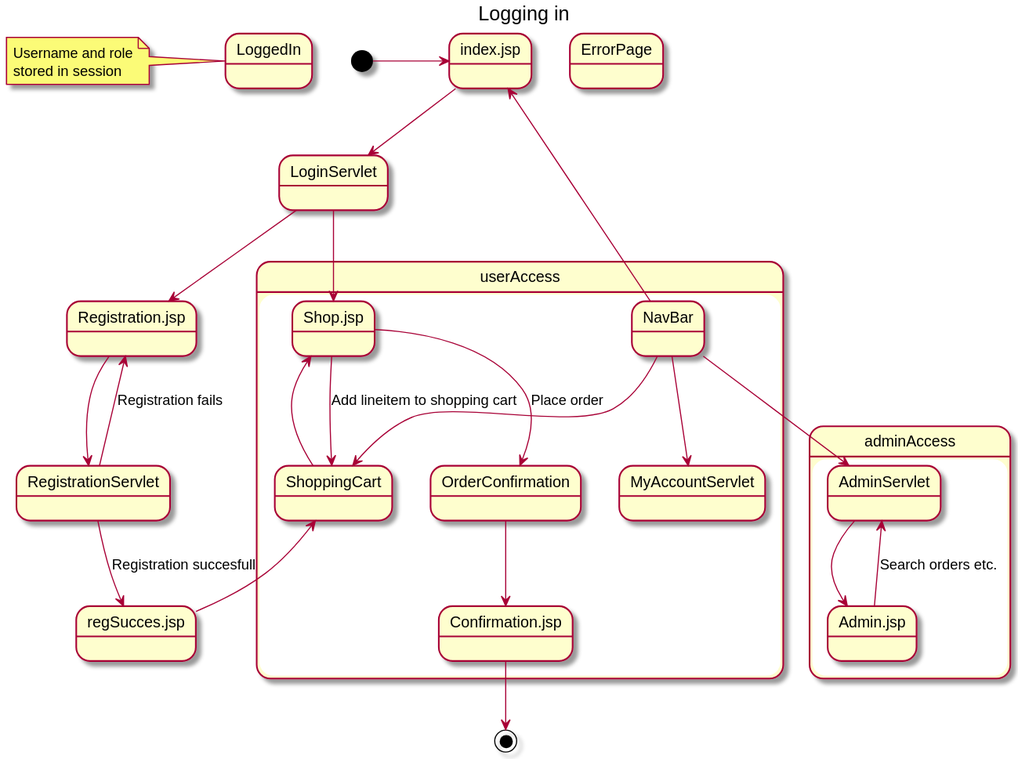
Above: Diagrams/State.svg in DATboiss/CupcakeWebshop (PlantUML), before the change.
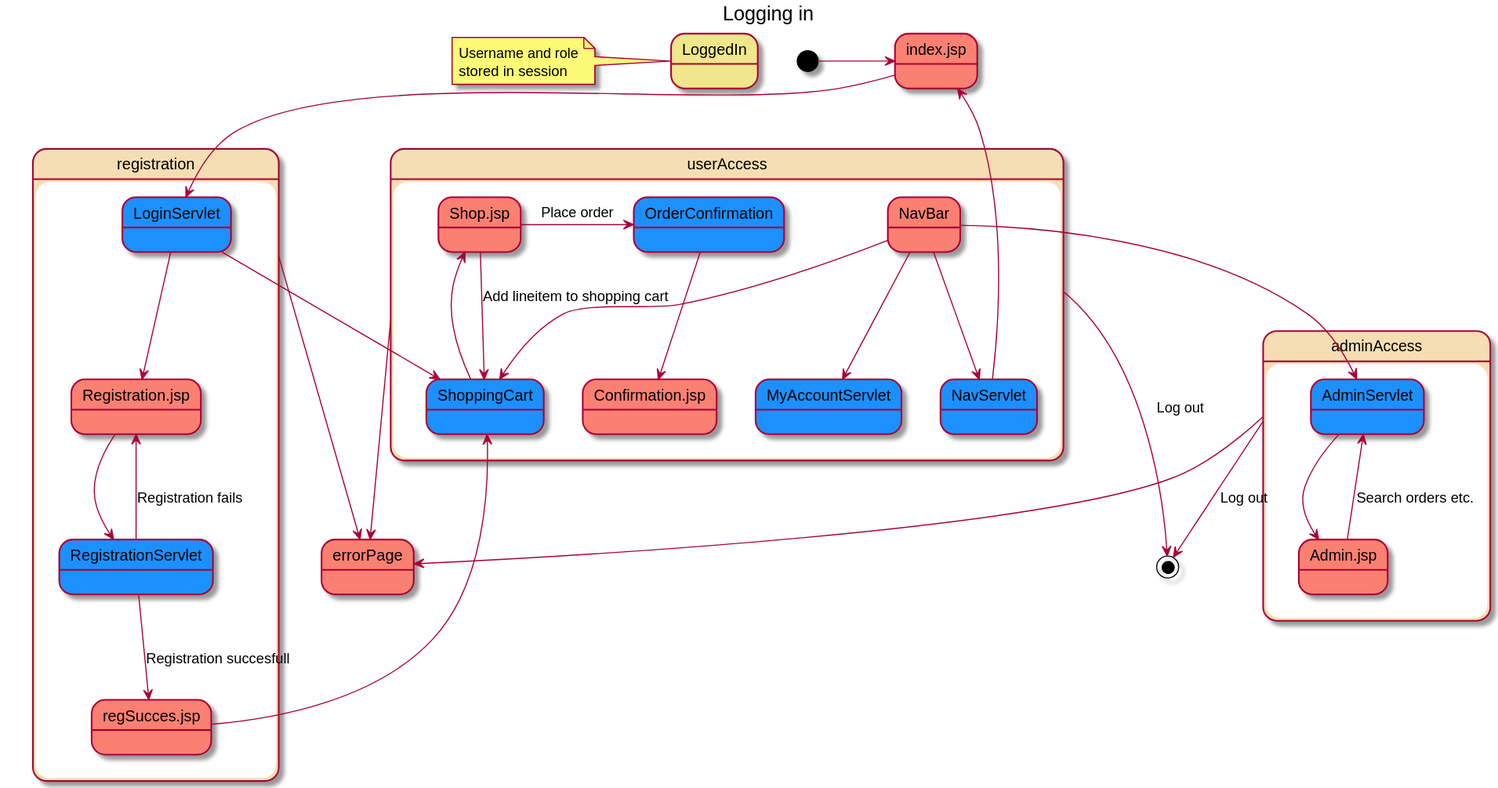
After the change.

Commit message:
fjernede .jsp og servlet tags i state diagram

What changed in the source:
```diff
@@ -1,10 +1,8 @@
 @startuml
 
 Title Logging in
-State "ErrorPage" as error
 
-
-
+State LoggedIn #Khaki
 
 note left of LoggedIn
 Username and role
@@ -12,32 +10,41 @@
 end note
 
 [*] -> index.jsp
-index.jsp --> LoginServlet
-LoginServlet --> Registration.jsp
-Registration.jsp --> RegistrationServlet
+
+state registration #Wheat {
+
+index.jsp #Salmon --> LoginServlet #DodgerBlue
+LoginServlet --> Registration.jsp #Salmon
+Registration.jsp --> RegistrationServlet #DodgerBlue
 RegistrationServlet --> Registration.jsp : Registration fails
-RegistrationServlet --> regSucces.jsp  : Registration succesfull
+RegistrationServlet --> regSucces.jsp #Salmon  : Registration succesfull
+}
 
-state userAccess {
-LoginServlet --> Shop.jsp
-regSucces.jsp --> ShoppingCart
+state userAccess #Wheat {
+LoginServlet #DodgerBlue --> ShoppingCart #DodgerBlue
+regSucces.jsp #Salmon --> ShoppingCart
 ShoppingCart --> Shop.jsp
-Shop.jsp --> ShoppingCart : Add lineitem to shopping cart
-Shop.jsp --> OrderConfirmation : Place order
-OrderConfirmation --> Confirmation.jsp
+Shop.jsp #Salmon --> ShoppingCart : Add lineitem to shopping cart
+Shop.jsp -> OrderConfirmation : Place order
+OrderConfirmation #DodgerBlue --> Confirmation.jsp #Salmon
 
-NavBar --> index.jsp
-NavBar --> MyAccountServlet
+NavBar #Salmon --> NavServlet #DodgerBlue
+NavServlet --> index.jsp
+NavBar --> MyAccountServlet #DodgerBlue
 NavBar --> ShoppingCart
 
 }
 
-state adminAccess {
-NavBar --> AdminServlet
+state adminAccess #Wheat {
+NavBar --> AdminServlet #DodgerBlue
 AdminServlet --> Admin.jsp
-Admin.jsp --> AdminServlet : Search orders etc.
+Admin.jsp #Salmon --> AdminServlet : Search orders etc.
 }
 
-Confirmation.jsp --> [*]
+userAccess --> [*] : Log out
+adminAccess --> [*] : Log out
 
+registration --> errorPage #Salmon
+userAccess --> errorPage
+adminAccess --> errorPage
 @enduml
```
